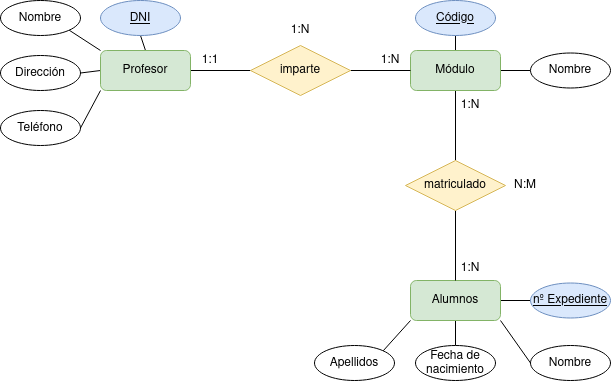
Above: Unidad-1/Tareas/Tarea-4/Ejercicio5.drawio.png in LuisMGlez/base-datos (draw.io), before the change. Source tidied: cells renumbered, new cells last; positions are measured from the earlier drawing's top-left corner, leaving out a move shared by most shapes.
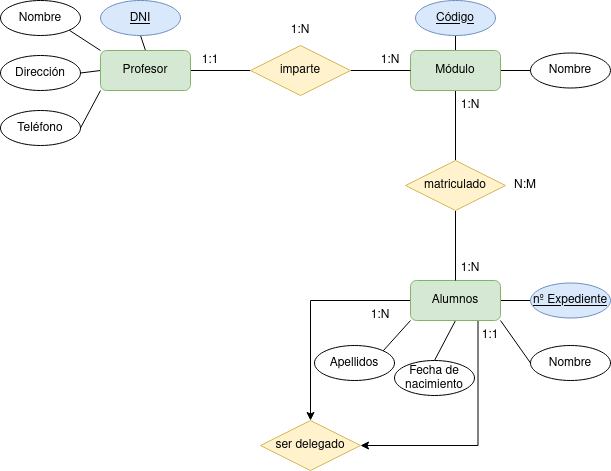
After the commit.

Change to the diagram source:
```diff
@@ -23,7 +23,7 @@
     <mxCell id="8" style="edgeStyle=orthogonalEdgeStyle;rounded=0;jettySize=auto;html=1;exitX=1;exitY=0.5;exitDx=0;exitDy=0;entryX=0;entryY=0.5;entryDx=0;entryDy=0;endArrow=none;endFill=0;" parent="1" edge="1" source="12" target="24">
       <mxGeometry relative="1" as="geometry" />
     </mxCell>
-    <mxCell id="9" style="edgeStyle=orthogonalEdgeStyle;rounded=0;jettySize=auto;html=1;exitX=0.5;exitY=1;exitDx=0;exitDy=0;entryX=0.5;entryY=0;entryDx=0;entryDy=0;endArrow=none;endFill=0;" parent="1" edge="1" source="12" target="22">
+    <mxCell id="9" style="rounded=0;jettySize=auto;html=1;exitX=0.5;exitY=1;exitDx=0;exitDy=0;entryX=0.5;entryY=0;entryDx=0;entryDy=0;endArrow=none;endFill=0;" parent="1" edge="1" source="12" target="22">
       <mxGeometry relative="1" as="geometry" />
     </mxCell>
     <mxCell id="10" style="rounded=0;jettySize=auto;html=1;exitX=1;exitY=1;exitDx=0;exitDy=0;entryX=0;entryY=0.5;entryDx=0;entryDy=0;endArrow=none;endFill=0;" parent="1" edge="1" source="12" target="30">
@@ -32,6 +32,12 @@
     <mxCell id="11" style="rounded=0;jettySize=auto;html=1;exitX=0;exitY=1;exitDx=0;exitDy=0;entryX=1;entryY=0;entryDx=0;entryDy=0;endArrow=none;endFill=0;" parent="1" edge="1" source="12" target="23">
       <mxGeometry relative="1" as="geometry" />
     </mxCell>
+    <mxCell id="37" style="edgeStyle=orthogonalEdgeStyle;rounded=0;jettySize=auto;html=1;exitX=0;exitY=0.5;exitDx=0;exitDy=0;entryX=0.5;entryY=0;entryDx=0;entryDy=0;" parent="1" edge="1" source="12" target="39">
+      <mxGeometry relative="1" as="geometry" />
+    </mxCell>
+    <mxCell id="38" style="edgeStyle=orthogonalEdgeStyle;rounded=0;jettySize=auto;html=1;exitX=0.75;exitY=1;exitDx=0;exitDy=0;entryX=1;entryY=0.5;entryDx=0;entryDy=0;" parent="1" edge="1" source="12" target="39">
+      <mxGeometry relative="1" as="geometry" />
+    </mxCell>
     <mxCell id="12" value="Alumnos" style="rounded=1;whiteSpace=wrap;html=1;fillColor=#d5e8d4;strokeColor=#82b366;" parent="1" vertex="1">
       <mxGeometry x="410" y="280" width="90" height="40" as="geometry" />
     </mxCell>
@@ -63,7 +69,7 @@
       <mxGeometry x="415" width="80" height="35" as="geometry" />
     </mxCell>
     <mxCell id="22" value="Fecha de nacimiento" style="ellipse;whiteSpace=wrap;html=1;" parent="1" vertex="1">
-      <mxGeometry x="415" y="345" width="80" height="35" as="geometry" />
+      <mxGeometry x="394" y="360" width="80" height="35" as="geometry" />
     </mxCell>
     <mxCell id="23" value="Apellidos" style="ellipse;whiteSpace=wrap;html=1;" parent="1" vertex="1">
       <mxGeometry x="314" y="345" width="80" height="35" as="geometry" />
@@ -107,5 +113,14 @@
     <mxCell id="36" value="1:N" style="text;strokeColor=none;align=center;fillColor=none;html=1;verticalAlign=middle;whiteSpace=wrap;rounded=0;" parent="1" vertex="1">
       <mxGeometry x="270" y="15" width="60" height="30" as="geometry" />
     </mxCell>
+    <mxCell id="39" value="ser delegado" style="rhombus;whiteSpace=wrap;html=1;fillColor=#fff2cc;strokeColor=#d6b656;" parent="1" vertex="1">
+      <mxGeometry x="260" y="420" width="100" height="50" as="geometry" />
+    </mxCell>
+    <mxCell id="40" value="1:N" style="text;strokeColor=none;align=center;fillColor=none;html=1;verticalAlign=middle;whiteSpace=wrap;rounded=0;" parent="1" vertex="1">
+      <mxGeometry x="350" y="300" width="60" height="30" as="geometry" />
+    </mxCell>
+    <mxCell id="41" value="1:1" style="text;strokeColor=none;align=center;fillColor=none;html=1;verticalAlign=middle;whiteSpace=wrap;rounded=0;" parent="1" vertex="1">
+      <mxGeometry x="460" y="320" width="60" height="30" as="geometry" />
+    </mxCell>
   </root>
 </mxGraphModel>
```
